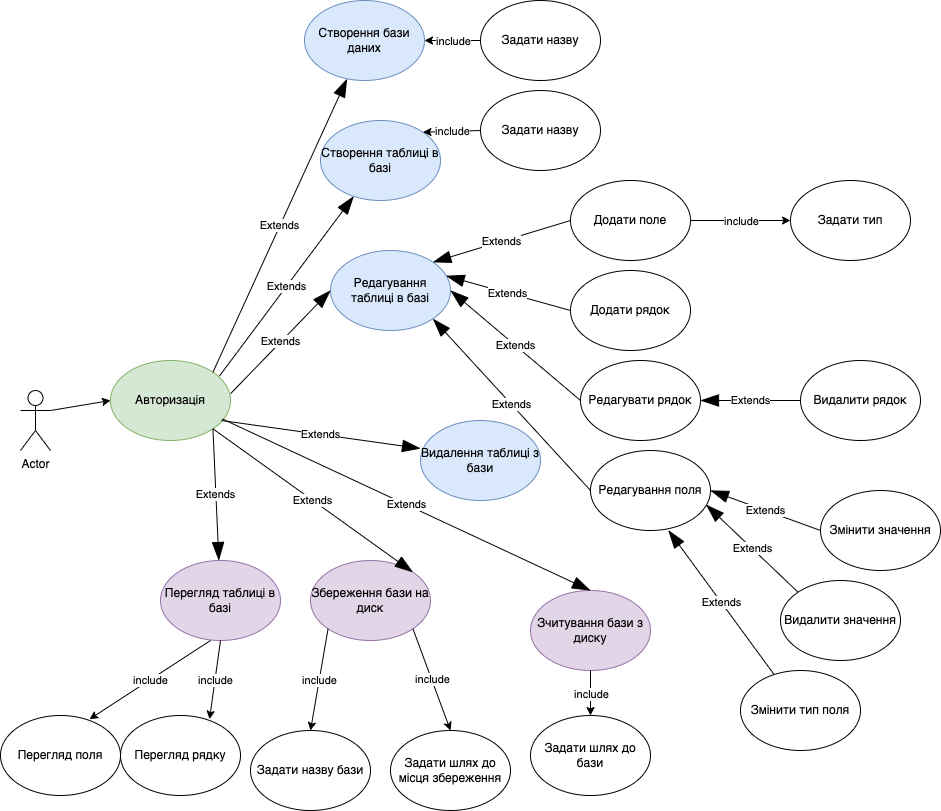
The draw.io diagram UML.drawio.png in zayatsliza/univ-cyber, before a commit. Source tidied: cells renumbered, new cells last; positions are measured from the earlier drawing's top-left corner, leaving out a move shared by most shapes.
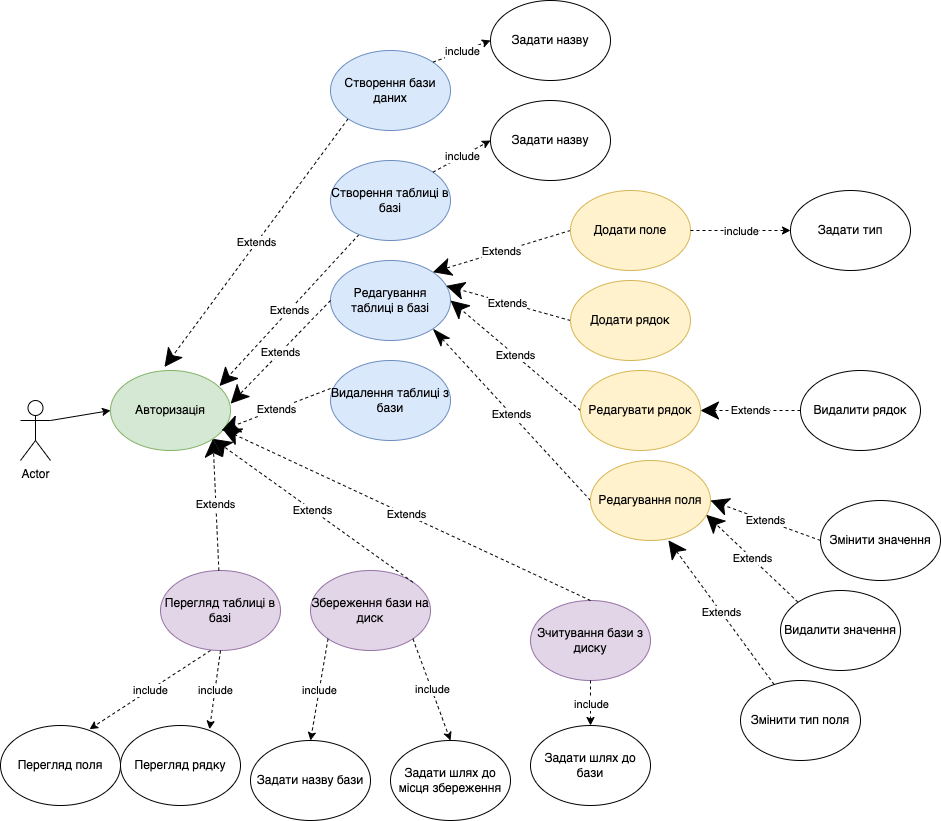
The same file after the commit.

The edit, as a diff of the source:
```diff
@@ -11,52 +11,52 @@
     <mxCell id="4" style="endArrow=classic;html=1;rounded=0;exitX=1;exitY=0.3333333333333333;exitDx=0;exitDy=0;exitPerimeter=0;entryX=0;entryY=0.5;entryDx=0;entryDy=0;" parent="1" edge="1" source="2" target="3">
       <mxGeometry relative="1" as="geometry" />
     </mxCell>
-    <mxCell id="5" value="Extends" style="endArrow=blockThin;endSize=16;endFill=1;html=1;rounded=0;exitX=1;exitY=0;exitDx=0;exitDy=0;startArrow=none;startFill=0;" parent="1" edge="1" source="3" target="6">
+    <mxCell id="5" value="Extends" style="endArrow=classic;endSize=16;endFill=1;html=1;rounded=0;exitX=0;exitY=1;exitDx=0;exitDy=0;startArrow=none;startFill=0;dashed=1;entryX=0.45;entryY=-0.044;entryDx=0;entryDy=0;entryPerimeter=0;" parent="1" edge="1" source="6" target="3">
       <mxGeometry relative="1" as="geometry" />
     </mxCell>
     <mxCell id="6" value="Створення бази даних" style="ellipse;whiteSpace=wrap;html=1;fillColor=#dae8fc;strokeColor=#6c8ebf;" parent="1" vertex="1">
-      <mxGeometry x="304" width="120" height="80" as="geometry" />
+      <mxGeometry x="330" y="40" width="120" height="80" as="geometry" />
     </mxCell>
-    <mxCell id="7" value="Extends" style="endArrow=blockThin;endSize=16;endFill=1;html=1;rounded=0;exitX=0.908;exitY=0.194;exitDx=0;exitDy=0;exitPerimeter=0;" parent="1" edge="1" source="3" target="8">
+    <mxCell id="7" value="Extends" style="endArrow=classic;endSize=16;endFill=1;html=1;rounded=0;dashed=1;entryX=0.908;entryY=0.194;entryDx=0;entryDy=0;entryPerimeter=0;" parent="1" edge="1" source="8" target="3">
       <mxGeometry relative="1" as="geometry" />
     </mxCell>
     <mxCell id="8" value="Створення таблиці в базі" style="ellipse;whiteSpace=wrap;html=1;fillColor=#dae8fc;strokeColor=#6c8ebf;" parent="1" vertex="1">
-      <mxGeometry x="320" y="120" width="120" height="80" as="geometry" />
+      <mxGeometry x="330" y="150" width="120" height="80" as="geometry" />
     </mxCell>
     <mxCell id="9" value="Редагування таблиці в базі" style="ellipse;whiteSpace=wrap;html=1;fillColor=#dae8fc;strokeColor=#6c8ebf;" parent="1" vertex="1">
       <mxGeometry x="330" y="250" width="120" height="80" as="geometry" />
     </mxCell>
-    <mxCell id="10" value="Extends" style="endArrow=blockThin;endSize=16;endFill=1;html=1;rounded=0;exitX=1.001;exitY=0.414;exitDx=0;exitDy=0;exitPerimeter=0;entryX=0;entryY=0.5;entryDx=0;entryDy=0;" parent="1" edge="1" source="3" target="9">
+    <mxCell id="10" value="Extends" style="endArrow=classic;endSize=16;endFill=1;html=1;rounded=0;exitX=0;exitY=0.5;exitDx=0;exitDy=0;entryX=1.001;entryY=0.414;entryDx=0;entryDy=0;dashed=1;entryPerimeter=0;" parent="1" edge="1" source="9" target="3">
       <mxGeometry relative="1" as="geometry" />
     </mxCell>
     <mxCell id="11" value="Перегляд таблиці в базі" style="ellipse;whiteSpace=wrap;html=1;fillColor=#e1d5e7;strokeColor=#9673a6;" parent="1" vertex="1">
       <mxGeometry x="160" y="560" width="120" height="80" as="geometry" />
     </mxCell>
-    <mxCell id="12" value="Extends" style="endArrow=blockThin;endSize=16;endFill=1;html=1;rounded=0;exitX=1;exitY=1;exitDx=0;exitDy=0;" parent="1" edge="1" source="3" target="11">
+    <mxCell id="12" value="Extends" style="endArrow=classic;endSize=16;endFill=1;html=1;rounded=0;dashed=1;entryX=1;entryY=1;entryDx=0;entryDy=0;" parent="1" edge="1" source="11" target="3">
       <mxGeometry relative="1" as="geometry" />
     </mxCell>
     <mxCell id="13" value="Збереження бази на диск" style="ellipse;whiteSpace=wrap;html=1;fillColor=#e1d5e7;strokeColor=#9673a6;" parent="1" vertex="1">
       <mxGeometry x="310" y="560" width="120" height="80" as="geometry" />
     </mxCell>
     <mxCell id="14" value="Видалення таблиці з бази" style="ellipse;whiteSpace=wrap;html=1;fillColor=#dae8fc;strokeColor=#6c8ebf;" parent="1" vertex="1">
-      <mxGeometry x="420" y="420" width="120" height="80" as="geometry" />
+      <mxGeometry x="330" y="350" width="120" height="80" as="geometry" />
     </mxCell>
-    <mxCell id="15" value="Extends" style="endArrow=blockThin;endSize=16;endFill=1;html=1;rounded=0;exitX=0.925;exitY=0.75;exitDx=0;exitDy=0;exitPerimeter=0;entryX=0;entryY=0.35;entryDx=0;entryDy=0;entryPerimeter=0;" parent="1" edge="1" source="3" target="14">
+    <mxCell id="15" value="Extends" style="endArrow=classic;endSize=16;endFill=1;html=1;rounded=0;exitX=0;exitY=0.35;exitDx=0;exitDy=0;exitPerimeter=0;entryX=0.925;entryY=0.75;entryDx=0;entryDy=0;entryPerimeter=0;dashed=1;" parent="1" edge="1" source="14" target="3">
       <mxGeometry relative="1" as="geometry" />
     </mxCell>
     <mxCell id="16" value="Зчитування бази з диску" style="ellipse;whiteSpace=wrap;html=1;fillColor=#e1d5e7;strokeColor=#9673a6;" parent="1" vertex="1">
       <mxGeometry x="530" y="590" width="120" height="80" as="geometry" />
     </mxCell>
-    <mxCell id="17" value="Extends" style="endArrow=blockThin;endSize=16;endFill=1;html=1;rounded=0;exitX=1;exitY=1;exitDx=0;exitDy=0;entryX=1;entryY=0;entryDx=0;entryDy=0;" parent="1" edge="1" source="3" target="13">
+    <mxCell id="17" value="Extends" style="endArrow=classic;endSize=16;endFill=1;html=1;rounded=0;exitX=1;exitY=0;exitDx=0;exitDy=0;entryX=1;entryY=1;entryDx=0;entryDy=0;dashed=1;" parent="1" edge="1" source="13" target="3">
       <mxGeometry relative="1" as="geometry" />
     </mxCell>
-    <mxCell id="18" value="Extends" style="endArrow=blockThin;endSize=16;endFill=1;html=1;rounded=0;exitX=0.933;exitY=0.731;exitDx=0;exitDy=0;exitPerimeter=0;entryX=0.5;entryY=0;entryDx=0;entryDy=0;" parent="1" edge="1" source="3" target="16">
+    <mxCell id="18" value="Extends" style="endArrow=classic;endSize=16;endFill=1;html=1;rounded=0;exitX=0.5;exitY=0;exitDx=0;exitDy=0;entryX=0.933;entryY=0.731;entryDx=0;entryDy=0;dashed=1;entryPerimeter=0;" parent="1" edge="1" source="16" target="3">
       <mxGeometry relative="1" as="geometry" />
     </mxCell>
     <mxCell id="19" value="Задати назву бази" style="ellipse;whiteSpace=wrap;html=1;" parent="1" vertex="1">
       <mxGeometry x="250" y="730" width="120" height="80" as="geometry" />
     </mxCell>
-    <mxCell id="20" style="endArrow=classic;html=1;rounded=0;exitX=1;exitY=1;exitDx=0;exitDy=0;entryX=0.5;entryY=0;entryDx=0;entryDy=0;" parent="1" edge="1" source="13" target="22">
+    <mxCell id="20" style="endArrow=classic;html=1;rounded=0;exitX=1;exitY=1;exitDx=0;exitDy=0;entryX=0.5;entryY=0;entryDx=0;entryDy=0;dashed=1;" parent="1" edge="1" source="13" target="22">
       <mxGeometry relative="1" as="geometry" />
     </mxCell>
     <mxCell id="21" value="include" style="edgeLabel;html=1;align=center;verticalAlign=middle;" parent="20" vertex="1">
@@ -65,7 +65,7 @@
     <mxCell id="22" value="Задати шлях до місця збереження" style="ellipse;whiteSpace=wrap;html=1;" parent="1" vertex="1">
       <mxGeometry x="390" y="730" width="120" height="80" as="geometry" />
     </mxCell>
-    <mxCell id="23" style="endArrow=classic;html=1;rounded=0;exitX=0.5;exitY=1;exitDx=0;exitDy=0;entryX=0.5;entryY=0;entryDx=0;entryDy=0;" parent="1" edge="1" source="16" target="25">
+    <mxCell id="23" style="endArrow=classic;html=1;rounded=0;exitX=0.5;exitY=1;exitDx=0;exitDy=0;entryX=0.5;entryY=0;entryDx=0;entryDy=0;dashed=1;" parent="1" edge="1" source="16" target="25">
       <mxGeometry relative="1" as="geometry" />
     </mxCell>
     <mxCell id="24" value="include" style="edgeLabel;html=1;align=center;verticalAlign=middle;" parent="23" vertex="1">
@@ -74,25 +74,25 @@
     <mxCell id="25" value="Задати шлях до бази" style="ellipse;whiteSpace=wrap;html=1;" parent="1" vertex="1">
       <mxGeometry x="530" y="715" width="120" height="80" as="geometry" />
     </mxCell>
-    <mxCell id="26" style="endArrow=classic;html=1;rounded=0;entryX=1;entryY=0.5;entryDx=0;entryDy=0;exitX=0;exitY=0.5;exitDx=0;exitDy=0;" parent="1" edge="1" source="28" target="6">
+    <mxCell id="26" style="endArrow=classic;html=1;rounded=0;entryX=0;entryY=0.5;entryDx=0;entryDy=0;exitX=1;exitY=0;exitDx=0;exitDy=0;dashed=1;" parent="1" edge="1" source="6" target="28">
       <mxGeometry relative="1" as="geometry" />
     </mxCell>
     <mxCell id="27" value="include" style="edgeLabel;html=1;align=center;verticalAlign=middle;" parent="26" vertex="1">
       <mxGeometry relative="1" as="geometry" />
     </mxCell>
     <mxCell id="28" value="Задати назву" style="ellipse;whiteSpace=wrap;html=1;" parent="1" vertex="1">
-      <mxGeometry x="480" width="120" height="80" as="geometry" />
+      <mxGeometry x="490" y="-10" width="120" height="80" as="geometry" />
     </mxCell>
-    <mxCell id="29" style="endArrow=classic;html=1;rounded=0;entryX=1;entryY=0;entryDx=0;entryDy=0;exitX=0;exitY=0.5;exitDx=0;exitDy=0;" parent="1" edge="1" source="31" target="8">
+    <mxCell id="29" style="endArrow=classic;html=1;rounded=0;entryX=0;entryY=0.5;entryDx=0;entryDy=0;exitX=1;exitY=0;exitDx=0;exitDy=0;dashed=1;" parent="1" edge="1" source="8" target="31">
       <mxGeometry relative="1" as="geometry" />
     </mxCell>
     <mxCell id="30" value="include" style="edgeLabel;html=1;align=center;verticalAlign=middle;" parent="29" vertex="1">
       <mxGeometry relative="1" as="geometry" />
     </mxCell>
     <mxCell id="31" value="Задати назву" style="ellipse;whiteSpace=wrap;html=1;" parent="1" vertex="1">
-      <mxGeometry x="480" y="90" width="120" height="80" as="geometry" />
+      <mxGeometry x="490" y="90" width="120" height="80" as="geometry" />
     </mxCell>
-    <mxCell id="32" style="endArrow=classic;html=1;rounded=0;entryX=0.742;entryY=0.046;entryDx=0;entryDy=0;entryPerimeter=0;" parent="1" edge="1" target="34">
+    <mxCell id="32" style="endArrow=classic;html=1;rounded=0;entryX=0.742;entryY=0.046;entryDx=0;entryDy=0;entryPerimeter=0;dashed=1;" parent="1" edge="1" target="34">
       <mxGeometry relative="1" as="geometry">
         <mxPoint x="210" y="640" as="sourcePoint" />
       </mxGeometry>
@@ -103,19 +103,19 @@
     <mxCell id="34" value="Перегляд поля" style="ellipse;whiteSpace=wrap;html=1;" parent="1" vertex="1">
       <mxGeometry y="715" width="120" height="80" as="geometry" />
     </mxCell>
-    <mxCell id="35" value="Extends" style="endArrow=blockThin;endSize=16;endFill=1;html=1;rounded=0;exitX=0;exitY=0.5;exitDx=0;exitDy=0;entryX=1;entryY=1;entryDx=0;entryDy=0;" parent="1" edge="1" source="36" target="9">
+    <mxCell id="35" value="Extends" style="endArrow=classicThin;endSize=16;endFill=1;html=1;rounded=0;exitX=0;exitY=0.5;exitDx=0;exitDy=0;entryX=1;entryY=1;entryDx=0;entryDy=0;dashed=1;" parent="1" edge="1" source="36" target="9">
       <mxGeometry relative="1" as="geometry" />
     </mxCell>
-    <mxCell id="36" value="Редагування поля" style="ellipse;whiteSpace=wrap;html=1;" parent="1" vertex="1">
+    <mxCell id="36" value="Редагування поля" style="ellipse;whiteSpace=wrap;html=1;fillColor=#fff2cc;strokeColor=#d6b656;" parent="1" vertex="1">
       <mxGeometry x="590" y="450" width="120" height="80" as="geometry" />
     </mxCell>
-    <mxCell id="37" value="Extends" style="endArrow=blockThin;endSize=16;endFill=1;html=1;rounded=0;entryX=1;entryY=0.5;entryDx=0;entryDy=0;exitX=0;exitY=0.5;exitDx=0;exitDy=0;" parent="1" edge="1" source="38" target="36">
+    <mxCell id="37" value="Extends" style="endArrow=classic;endSize=16;endFill=1;html=1;rounded=0;entryX=1;entryY=0.5;entryDx=0;entryDy=0;exitX=0;exitY=0.5;exitDx=0;exitDy=0;dashed=1;" parent="1" edge="1" source="38" target="36">
       <mxGeometry relative="1" as="geometry" />
     </mxCell>
     <mxCell id="38" value="Змінити значення" style="ellipse;whiteSpace=wrap;html=1;" parent="1" vertex="1">
       <mxGeometry x="820" y="490" width="120" height="80" as="geometry" />
     </mxCell>
-    <mxCell id="39" value="Extends" style="endArrow=blockThin;endSize=16;endFill=1;html=1;rounded=0;entryX=0.964;entryY=0.678;entryDx=0;entryDy=0;exitX=0;exitY=0;exitDx=0;exitDy=0;entryPerimeter=0;" parent="1" edge="1" source="40" target="36">
+    <mxCell id="39" value="Extends" style="endArrow=classic;endSize=16;endFill=1;html=1;rounded=0;entryX=0.964;entryY=0.678;entryDx=0;entryDy=0;exitX=0;exitY=0;exitDx=0;exitDy=0;entryPerimeter=0;dashed=1;" parent="1" edge="1" source="40" target="36">
       <mxGeometry relative="1" as="geometry" />
     </mxCell>
     <mxCell id="40" value="Видалити значення" style="ellipse;whiteSpace=wrap;html=1;" parent="1" vertex="1">
@@ -124,28 +124,28 @@
     <mxCell id="41" value="Змінити тип поля" style="ellipse;whiteSpace=wrap;html=1;" parent="1" vertex="1">
       <mxGeometry x="740" y="670" width="120" height="80" as="geometry" />
     </mxCell>
-    <mxCell id="42" value="Extends" style="endArrow=blockThin;endSize=16;endFill=1;html=1;rounded=0;entryX=0.649;entryY=0.997;entryDx=0;entryDy=0;entryPerimeter=0;" parent="1" edge="1" source="41" target="36">
+    <mxCell id="42" value="Extends" style="endArrow=classic;endSize=16;endFill=1;html=1;rounded=0;entryX=0.649;entryY=0.997;entryDx=0;entryDy=0;entryPerimeter=0;dashed=1;" parent="1" edge="1" source="41" target="36">
       <mxGeometry relative="1" as="geometry" />
     </mxCell>
-    <mxCell id="43" value="Extends" style="endArrow=blockThin;endSize=16;endFill=1;html=1;rounded=0;entryX=1;entryY=0;entryDx=0;entryDy=0;exitX=0;exitY=0.5;exitDx=0;exitDy=0;" parent="1" edge="1" source="44" target="9">
+    <mxCell id="43" value="Extends" style="endArrow=classic;endSize=16;endFill=1;html=1;rounded=0;entryX=1;entryY=0;entryDx=0;entryDy=0;exitX=0;exitY=0.5;exitDx=0;exitDy=0;dashed=1;" parent="1" edge="1" source="44" target="9">
       <mxGeometry relative="1" as="geometry" />
     </mxCell>
-    <mxCell id="44" value="Додати поле" style="ellipse;whiteSpace=wrap;html=1;" parent="1" vertex="1">
+    <mxCell id="44" value="Додати поле" style="ellipse;whiteSpace=wrap;html=1;fillColor=#fff2cc;strokeColor=#d6b656;" parent="1" vertex="1">
       <mxGeometry x="570" y="180" width="120" height="80" as="geometry" />
     </mxCell>
-    <mxCell id="45" value="Extends" style="endArrow=blockThin;endSize=16;endFill=1;html=1;rounded=0;entryX=1;entryY=0.5;entryDx=0;entryDy=0;exitX=0;exitY=0.5;exitDx=0;exitDy=0;" parent="1" edge="1" source="46" target="9">
+    <mxCell id="45" value="Extends" style="endArrow=classic;endSize=16;endFill=1;html=1;rounded=0;entryX=1;entryY=0.5;entryDx=0;entryDy=0;exitX=0;exitY=0.5;exitDx=0;exitDy=0;dashed=1;" parent="1" edge="1" source="46" target="9">
       <mxGeometry relative="1" as="geometry" />
     </mxCell>
-    <mxCell id="46" value="Редагувати рядок" style="ellipse;whiteSpace=wrap;html=1;" parent="1" vertex="1">
+    <mxCell id="46" value="Редагувати рядок" style="ellipse;whiteSpace=wrap;html=1;fillColor=#fff2cc;strokeColor=#d6b656;" parent="1" vertex="1">
       <mxGeometry x="580" y="360" width="120" height="80" as="geometry" />
     </mxCell>
-    <mxCell id="47" value="Extends" style="endArrow=blockThin;endSize=16;endFill=1;html=1;rounded=0;entryX=1;entryY=0.5;entryDx=0;entryDy=0;exitX=0;exitY=0.5;exitDx=0;exitDy=0;" parent="1" edge="1" source="48" target="46">
+    <mxCell id="47" value="Extends" style="endArrow=classic;endSize=16;endFill=1;html=1;rounded=0;entryX=1;entryY=0.5;entryDx=0;entryDy=0;exitX=0;exitY=0.5;exitDx=0;exitDy=0;dashed=1;" parent="1" edge="1" source="48" target="46">
       <mxGeometry relative="1" as="geometry" />
     </mxCell>
     <mxCell id="48" value="Видалити рядок" style="ellipse;whiteSpace=wrap;html=1;" parent="1" vertex="1">
       <mxGeometry x="800" y="360" width="120" height="80" as="geometry" />
     </mxCell>
-    <mxCell id="49" style="endArrow=classic;html=1;rounded=0;" parent="1" edge="1" source="44" target="51">
+    <mxCell id="49" style="endArrow=classic;html=1;rounded=0;dashed=1;" parent="1" edge="1" source="44" target="51">
       <mxGeometry relative="1" as="geometry" />
     </mxCell>
     <mxCell id="50" value="include" style="edgeLabel;html=1;align=center;verticalAlign=middle;" parent="49" vertex="1">
@@ -154,13 +154,13 @@
     <mxCell id="51" value="Задати тип" style="ellipse;whiteSpace=wrap;html=1;" parent="1" vertex="1">
       <mxGeometry x="790" y="180" width="120" height="80" as="geometry" />
     </mxCell>
-    <mxCell id="52" value="Extends" style="endArrow=blockThin;endSize=16;endFill=1;html=1;rounded=0;exitX=0;exitY=0.5;exitDx=0;exitDy=0;entryX=0.964;entryY=0.317;entryDx=0;entryDy=0;entryPerimeter=0;" parent="1" edge="1" source="53" target="9">
+    <mxCell id="52" value="Extends" style="endArrow=classic;endSize=16;endFill=1;html=1;rounded=0;exitX=0;exitY=0.5;exitDx=0;exitDy=0;entryX=0.964;entryY=0.317;entryDx=0;entryDy=0;entryPerimeter=0;dashed=1;" parent="1" edge="1" source="53" target="9">
       <mxGeometry relative="1" as="geometry" />
     </mxCell>
-    <mxCell id="53" value="Додати рядок" style="ellipse;whiteSpace=wrap;html=1;" parent="1" vertex="1">
+    <mxCell id="53" value="Додати рядок" style="ellipse;whiteSpace=wrap;html=1;fillColor=#fff2cc;strokeColor=#d6b656;" parent="1" vertex="1">
       <mxGeometry x="570" y="270" width="120" height="80" as="geometry" />
     </mxCell>
-    <mxCell id="54" style="endArrow=classic;html=1;rounded=0;entryX=0.742;entryY=0.046;entryDx=0;entryDy=0;entryPerimeter=0;exitX=0.5;exitY=1;exitDx=0;exitDy=0;" parent="1" edge="1" source="11" target="56">
+    <mxCell id="54" style="endArrow=classic;html=1;rounded=0;entryX=0.742;entryY=0.046;entryDx=0;entryDy=0;entryPerimeter=0;exitX=0.5;exitY=1;exitDx=0;exitDy=0;dashed=1;" parent="1" edge="1" source="11" target="56">
       <mxGeometry relative="1" as="geometry" />
     </mxCell>
     <mxCell id="55" value="include" style="edgeLabel;html=1;align=center;verticalAlign=middle;" parent="54" vertex="1">
@@ -169,7 +169,7 @@
     <mxCell id="56" value="Перегляд рядку" style="ellipse;whiteSpace=wrap;html=1;" parent="1" vertex="1">
       <mxGeometry x="120" y="715" width="120" height="80" as="geometry" />
     </mxCell>
-    <mxCell id="57" style="endArrow=classic;html=1;rounded=0;entryX=0.5;entryY=0;entryDx=0;entryDy=0;exitX=0;exitY=1;exitDx=0;exitDy=0;" parent="1" edge="1" source="13" target="19">
+    <mxCell id="57" style="endArrow=classic;html=1;rounded=0;entryX=0.5;entryY=0;entryDx=0;entryDy=0;exitX=0;exitY=1;exitDx=0;exitDy=0;dashed=1;" parent="1" edge="1" source="13" target="19">
       <mxGeometry relative="1" as="geometry" />
     </mxCell>
     <mxCell id="58" value="include" style="edgeLabel;html=1;align=center;verticalAlign=middle;" parent="57" vertex="1">
```
